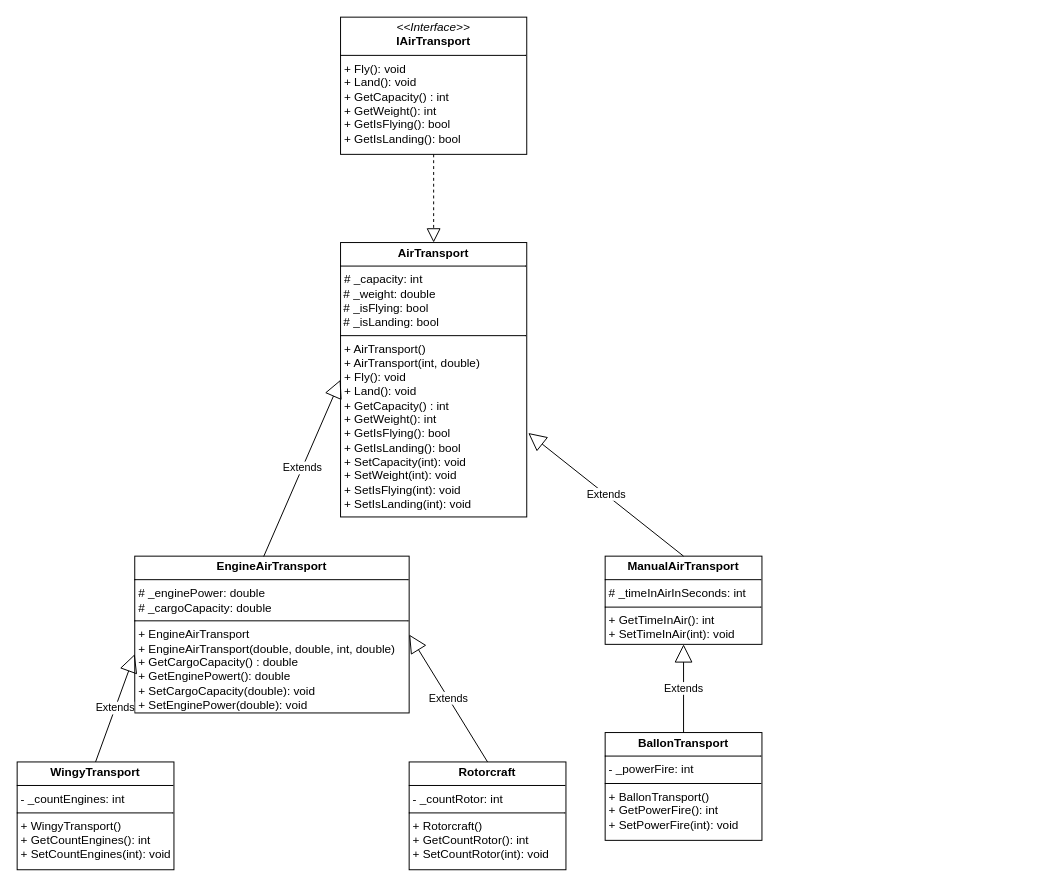
Earlier version of the draw.io diagram Второй курс/ООП/2 семестр/Наследование.drawio (WhaIsLuve/university). Source tidied: cells renumbered, new cells numbered last; positions are measured from the earlier drawing's top-left corner, leaving out a move shared by most shapes. Both pictures are drawn from the tidied source at 98%, with x=0, y=0 at pixel (17, 17).
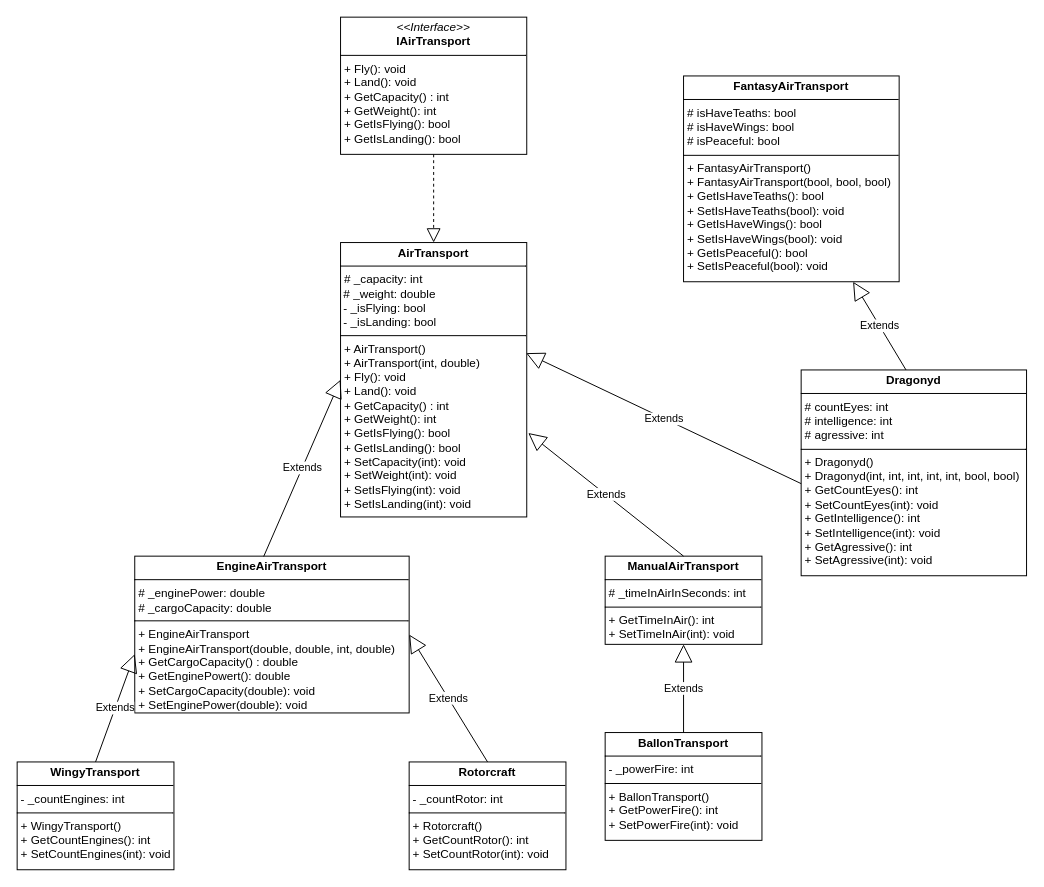
After the change.

Change to the diagram source:
```diff
@@
-    <mxCell id="3" value="&lt;p style=&quot;margin:0px;margin-top:4px;text-align:center;&quot;&gt;&lt;b&gt;AirTransport&lt;/b&gt;&lt;/p&gt;&lt;hr size=&quot;1&quot; style=&quot;border-style:solid;&quot;&gt;&lt;p style=&quot;margin:0px;margin-left:4px;&quot;&gt;# _capacity: int&lt;/p&gt;&amp;nbsp;# _weight: double&lt;div&gt;&amp;nbsp;# _isFlying: bool&lt;/div&gt;&lt;div&gt;&amp;nbsp;# _isLanding: bool&lt;br&gt;&lt;hr size=&quot;1&quot; style=&quot;border-style:solid;&quot;&gt;&lt;p style=&quot;margin: 0px 0px 0px 4px;&quot;&gt;+ AirTransport()&lt;/p&gt;&lt;p style=&quot;margin: 0px 0px 0px 4px;&quot;&gt;+ AirTransport(int, double)&lt;/p&gt;&lt;p style=&quot;margin: 0px 0px 0px 4px;&quot;&gt;+ Fly(): void&lt;br&gt;+ Land(): void&lt;/p&gt;&lt;p style=&quot;margin: 0px 0px 0px 4px;&quot;&gt;+ GetCapacity() : int&lt;/p&gt;&lt;p style=&quot;margin: 0px 0px 0px 4px;&quot;&gt;+ GetWeight(): int&lt;/p&gt;&lt;p style=&quot;margin: 0px 0px 0px 4px;&quot;&gt;+ GetIsFlying(): bool&lt;/p&gt;&lt;p style=&quot;margin: 0px 0px 0px 4px;&quot;&gt;+ GetIsLanding(): bool&lt;/p&gt;&lt;p style=&quot;margin: 0px 0px 0px 4px;&quot;&gt;+ SetCapacity(int): void&lt;/p&gt;&lt;p style=&quot;margin: 0px 0px 0px 4px;&quot;&gt;+ SetWeight(int): void&lt;/p&gt;&lt;p style=&quot;margin: 0px 0px 0px 4px;&quot;&gt;+ SetIsFlying(int): void&lt;/p&gt;&lt;p style=&quot;margin: 0px 0px 0px 4px;&quot;&gt;+ SetIsLanding(int): void&lt;/p&gt;&lt;/div&gt;" style="verticalAlign=top;align=left;overflow=fill;html=1;whiteSpace=wrap;" parent="1" vertex="1">
+    <mxCell id="3" value="&lt;p style=&quot;margin:0px;margin-top:4px;text-align:center;&quot;&gt;&lt;b&gt;AirTransport&lt;/b&gt;&lt;/p&gt;&lt;hr size=&quot;1&quot; style=&quot;border-style:solid;&quot;&gt;&lt;p style=&quot;margin:0px;margin-left:4px;&quot;&gt;# _capacity: int&lt;/p&gt;&amp;nbsp;# _weight: double&lt;div&gt;&amp;nbsp;- _isFlying: bool&lt;/div&gt;&lt;div&gt;&amp;nbsp;- _isLanding: bool&lt;br&gt;&lt;hr size=&quot;1&quot; style=&quot;border-style:solid;&quot;&gt;&lt;p style=&quot;margin: 0px 0px 0px 4px;&quot;&gt;+ AirTransport()&lt;/p&gt;&lt;p style=&quot;margin: 0px 0px 0px 4px;&quot;&gt;+ AirTransport(int, double)&lt;/p&gt;&lt;p style=&quot;margin: 0px 0px 0px 4px;&quot;&gt;+ Fly(): void&lt;br&gt;+ Land(): void&lt;/p&gt;&lt;p style=&quot;margin: 0px 0px 0px 4px;&quot;&gt;+ GetCapacity() : int&lt;/p&gt;&lt;p style=&quot;margin: 0px 0px 0px 4px;&quot;&gt;+ GetWeight(): int&lt;/p&gt;&lt;p style=&quot;margin: 0px 0px 0px 4px;&quot;&gt;+ GetIsFlying(): bool&lt;/p&gt;&lt;p style=&quot;margin: 0px 0px 0px 4px;&quot;&gt;+ GetIsLanding(): bool&lt;/p&gt;&lt;p style=&quot;margin: 0px 0px 0px 4px;&quot;&gt;+ SetCapacity(int): void&lt;/p&gt;&lt;p style=&quot;margin: 0px 0px 0px 4px;&quot;&gt;+ SetWeight(int): void&lt;/p&gt;&lt;p style=&quot;margin: 0px 0px 0px 4px;&quot;&gt;+ SetIsFlying(int): void&lt;/p&gt;&lt;p style=&quot;margin: 0px 0px 0px 4px;&quot;&gt;+ SetIsLanding(int): void&lt;/p&gt;&lt;/div&gt;" style="verticalAlign=top;align=left;overflow=fill;html=1;whiteSpace=wrap;" parent="1" vertex="1">
       <mxGeometry x="330" y="230" width="190" height="280" as="geometry" />
     </mxCell>
@@
+    <mxCell id="15" value="&lt;p style=&quot;margin:0px;margin-top:4px;text-align:center;&quot;&gt;&lt;b&gt;FantasyAirTransport&lt;/b&gt;&lt;/p&gt;&lt;hr size=&quot;1&quot; style=&quot;border-style:solid;&quot;&gt;&lt;p style=&quot;margin:0px;margin-left:4px;&quot;&gt;# isHaveTeaths: bool&lt;/p&gt;&lt;p style=&quot;margin:0px;margin-left:4px;&quot;&gt;# isHaveWings: bool&lt;/p&gt;&lt;p style=&quot;margin:0px;margin-left:4px;&quot;&gt;# isPeaceful: bool&lt;/p&gt;&lt;div&gt;&lt;hr size=&quot;1&quot; style=&quot;border-style:solid;&quot;&gt;&lt;p style=&quot;margin: 0px 0px 0px 4px;&quot;&gt;+ FantasyAirTransport()&lt;/p&gt;&lt;p style=&quot;margin: 0px 0px 0px 4px;&quot;&gt;+ FantasyAirTransport(bool, bool, bool)&lt;/p&gt;&lt;p style=&quot;margin: 0px 0px 0px 4px;&quot;&gt;+ GetIsHaveTeaths(): bool&lt;/p&gt;&lt;p style=&quot;margin: 0px 0px 0px 4px;&quot;&gt;+ SetIsHaveTeaths(bool): void&lt;/p&gt;&lt;p style=&quot;margin: 0px 0px 0px 4px;&quot;&gt;+ GetIsHaveWings(): bool&lt;/p&gt;&lt;p style=&quot;margin: 0px 0px 0px 4px;&quot;&gt;+ SetIsHaveWings(bool): void&lt;/p&gt;&lt;p style=&quot;margin: 0px 0px 0px 4px;&quot;&gt;+ GetIsPeaceful(): bool&lt;/p&gt;&lt;p style=&quot;margin: 0px 0px 0px 4px;&quot;&gt;+ SetIsPeaceful(bool): void&lt;/p&gt;&lt;/div&gt;" style="verticalAlign=top;align=left;overflow=fill;html=1;whiteSpace=wrap;" parent="1" vertex="1">
+      <mxGeometry x="680" y="60" width="220" height="210" as="geometry" />
+    </mxCell>
+    <mxCell id="16" value="&lt;p style=&quot;margin:0px;margin-top:4px;text-align:center;&quot;&gt;&lt;b&gt;Dragonyd&lt;/b&gt;&lt;/p&gt;&lt;hr size=&quot;1&quot; style=&quot;border-style:solid;&quot;&gt;&lt;p style=&quot;margin:0px;margin-left:4px;&quot;&gt;# countEyes: int&lt;/p&gt;&lt;p style=&quot;margin:0px;margin-left:4px;&quot;&gt;# intelligence: int&lt;/p&gt;&lt;p style=&quot;margin:0px;margin-left:4px;&quot;&gt;# agressive: int&lt;/p&gt;&lt;hr size=&quot;1&quot; style=&quot;border-style:solid;&quot;&gt;&lt;p style=&quot;margin: 0px 0px 0px 4px;&quot;&gt;+ Dragonyd()&lt;/p&gt;&lt;p style=&quot;margin: 0px 0px 0px 4px;&quot;&gt;+ Dragonyd(int, int, int, int, int, bool, bool)&lt;/p&gt;&lt;p style=&quot;margin: 0px 0px 0px 4px;&quot;&gt;+ GetCountEyes(): int&lt;/p&gt;&lt;p style=&quot;margin: 0px 0px 0px 4px;&quot;&gt;+ SetCountEyes(int): void&lt;/p&gt;&lt;p style=&quot;margin: 0px 0px 0px 4px;&quot;&gt;+ GetIntelligence(): int&lt;/p&gt;&lt;p style=&quot;margin: 0px 0px 0px 4px;&quot;&gt;+ SetIntelligence(int): void&lt;/p&gt;&lt;p style=&quot;margin: 0px 0px 0px 4px;&quot;&gt;+ GetAgressive(): int&lt;/p&gt;&lt;p style=&quot;margin: 0px 0px 0px 4px;&quot;&gt;+ SetAgressive(int): void&lt;/p&gt;" style="verticalAlign=top;align=left;overflow=fill;html=1;whiteSpace=wrap;" parent="1" vertex="1">
+      <mxGeometry x="800" y="360" width="230" height="210" as="geometry" />
+    </mxCell>
+    <mxCell id="17" value="Extends" style="endArrow=block;endSize=16;endFill=0;html=1;rounded=0;entryX=0.997;entryY=0.403;entryDx=0;entryDy=0;exitX=0.5;exitY=0;exitDx=0;exitDy=0;entryPerimeter=0;" parent="1" edge="1" target="3">
+      <mxGeometry relative="1" as="geometry">
+        <mxPoint x="800" y="476" as="sourcePoint" />
+      </mxGeometry>
+    </mxCell>
+    <mxCell id="18" value="Extends" style="endArrow=block;endSize=16;endFill=0;html=1;rounded=0;exitX=0.5;exitY=0;exitDx=0;exitDy=0;" parent="1" edge="1" target="15">
+      <mxGeometry relative="1" as="geometry">
+        <mxPoint x="907" y="360" as="sourcePoint" />
+      </mxGeometry>
+    </mxCell>
```
